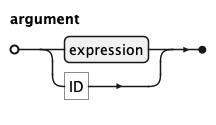
The PlantUML diagram docs/kql/argument.png in koryki-java/core, before a commit. Source of this version:
```plantuml
@startebnf
' border and background
skinparam legendBorderColor transparent
skinparam legendBackgroundColor white

'title argument

argument =
expression | "ID"
;

@endebnf
```
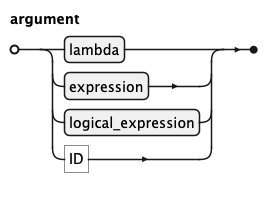
Later version of the same file.

What changed in the source:
```diff
@@ -6,7 +6,7 @@
 'title argument
 
 argument =
-expression | "ID"
+lambda | expression | logical_expression | "ID"
 ;
 
 @endebnf
```
